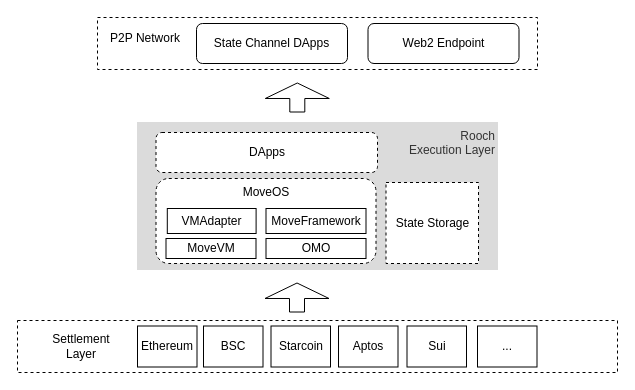
The draw.io diagram page "overview" (1 of 10) of static/diagram/rooch.drawio in rooch-network/rooch-network.github.io, before the edit. Source tidied: cells renumbered, new cells numbered last; positions are measured from the earlier drawing's top-left corner, leaving out a move shared by most shapes. Both pictures are drawn from the tidied source at 100%, with x=0, y=0 at pixel (17, 17).
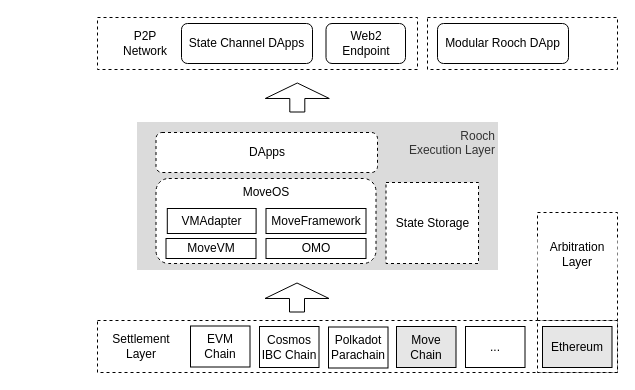
The same page after the edit.

What changed in the source:
```diff
@@
+    <mxCell id="32" style="rounded=0;whiteSpace=wrap;html=1;dashed=1;" parent="1" vertex="1">
+      <mxGeometry x="520" y="195" width="80" height="160" as="geometry" />
+    </mxCell>
     <mxCell id="2" style="rounded=0;whiteSpace=wrap;html=1;dashed=1;" parent="1" vertex="1">
-      <mxGeometry x="80" width="440" height="52" as="geometry" />
+      <mxGeometry x="80" width="320" height="52" as="geometry" />
     </mxCell>
-    <mxCell id="3" value="P2P Network" style="rounded=0;whiteSpace=wrap;html=1;strokeColor=none;" parent="1" vertex="1">
-      <mxGeometry x="88" y="6" width="80" height="30" as="geometry" />
+    <mxCell id="3" value="P2P &lt;br&gt;Network" style="rounded=0;whiteSpace=wrap;html=1;strokeColor=none;" parent="1" vertex="1">
+      <mxGeometry x="88" y="11" width="80" height="30" as="geometry" />
     </mxCell>
@@
     <mxCell id="6" value="State Channel DApps" style="rounded=1;whiteSpace=wrap;html=1;strokeColor=default;" parent="1" vertex="1">
-      <mxGeometry x="179" y="6" width="151" height="40" as="geometry" />
+      <mxGeometry x="164" y="6" width="131" height="40" as="geometry" />
     </mxCell>
     <mxCell id="7" value="Web2 Endpoint" style="rounded=1;whiteSpace=wrap;html=1;strokeColor=default;" parent="1" vertex="1">
-      <mxGeometry x="350.5" y="6" width="151" height="40" as="geometry" />
+      <mxGeometry x="308.5" y="6" width="79.5" height="40" as="geometry" />
     </mxCell>
-    <mxCell id="8" style="group;fillColor=default;" parent="1" vertex="1">
-      <mxGeometry y="303" width="600" height="52" as="geometry" />
-    </mxCell>
-    <mxCell id="9" style="rounded=0;whiteSpace=wrap;html=1;dashed=1;" parent="8" vertex="1">
-      <mxGeometry width="600" height="52" as="geometry" />
-    </mxCell>
-    <mxCell id="10" style="group;verticalAlign=middle;" parent="8" vertex="1">
-      <mxGeometry x="120" y="5.5" width="59.5" height="41" as="geometry" />
-    </mxCell>
-    <mxCell id="11" value="&lt;span&gt;Ethereum&lt;/span&gt;" style="rounded=0;whiteSpace=wrap;html=1;verticalAlign=middle;align=center;" parent="10" vertex="1">
-      <mxGeometry width="59.5" height="41" as="geometry" />
-    </mxCell>
-    <mxCell id="12" style="group;verticalAlign=middle;" parent="8" vertex="1">
-      <mxGeometry x="186" y="5.5" width="59.5" height="41" as="geometry" />
-    </mxCell>
-    <mxCell id="13" value="BSC" style="rounded=0;whiteSpace=wrap;html=1;verticalAlign=middle;align=center;" parent="12" vertex="1">
-      <mxGeometry width="59.5" height="41" as="geometry" />
-    </mxCell>
-    <mxCell id="14" style="group;verticalAlign=middle;" parent="8" vertex="1">
-      <mxGeometry x="253.5" y="5.5" width="59.5" height="41" as="geometry" />
-    </mxCell>
-    <mxCell id="15" value="Starcoin" style="rounded=0;whiteSpace=wrap;html=1;verticalAlign=middle;align=center;" parent="14" vertex="1">
-      <mxGeometry width="59.5" height="41" as="geometry" />
-    </mxCell>
-    <mxCell id="16" style="group;verticalAlign=middle;" parent="8" vertex="1">
-      <mxGeometry x="321" y="5.5" width="59.5" height="41" as="geometry" />
-    </mxCell>
-    <mxCell id="17" value="Aptos" style="rounded=0;whiteSpace=wrap;html=1;verticalAlign=middle;align=center;" parent="16" vertex="1">
-      <mxGeometry width="59.5" height="41" as="geometry" />
-    </mxCell>
-    <mxCell id="18" style="group;verticalAlign=middle;" parent="8" vertex="1">
-      <mxGeometry x="389.5" y="5.5" width="59.5" height="41" as="geometry" />
-    </mxCell>
-    <mxCell id="19" value="Sui" style="rounded=0;whiteSpace=wrap;html=1;verticalAlign=middle;align=center;" parent="18" vertex="1">
-      <mxGeometry width="59.5" height="41" as="geometry" />
-    </mxCell>
-    <mxCell id="20" value="Settlement Layer" style="rounded=0;whiteSpace=wrap;html=1;strokeColor=none;" parent="8" vertex="1">
-      <mxGeometry x="23.5" y="11" width="80" height="30" as="geometry" />
-    </mxCell>
-    <mxCell id="21" style="group;verticalAlign=middle;" parent="8" vertex="1">
-      <mxGeometry x="460" y="5.5" width="59.5" height="41" as="geometry" />
-    </mxCell>
-    <mxCell id="22" value="..." style="rounded=0;whiteSpace=wrap;html=1;verticalAlign=middle;align=center;" parent="21" vertex="1">
-      <mxGeometry width="59.5" height="41" as="geometry" />
-    </mxCell>
@@
+    <mxCell id="33" style="rounded=0;whiteSpace=wrap;html=1;dashed=1;" parent="1" vertex="1">
+      <mxGeometry x="410" width="190" height="52" as="geometry" />
+    </mxCell>
+    <mxCell id="34" value="Modular Rooch DApp" style="rounded=1;whiteSpace=wrap;html=1;strokeColor=default;" parent="1" vertex="1">
+      <mxGeometry x="420" y="6" width="131" height="40" as="geometry" />
+    </mxCell>
+    <mxCell id="9" style="rounded=0;whiteSpace=wrap;html=1;dashed=1;" parent="1" vertex="1">
+      <mxGeometry x="80" y="303" width="520" height="52" as="geometry" />
+    </mxCell>
+    <mxCell id="20" value="Settlement Layer" style="rounded=0;whiteSpace=wrap;html=1;strokeColor=none;" parent="1" vertex="1">
+      <mxGeometry x="83.5" y="314" width="80" height="30" as="geometry" />
+    </mxCell>
+    <mxCell id="35" value="Arbitration&lt;br&gt;Layer" style="rounded=0;whiteSpace=wrap;html=1;strokeColor=none;" parent="1" vertex="1">
+      <mxGeometry x="520" y="222" width="80" height="30" as="geometry" />
+    </mxCell>
+    <mxCell id="36" style="group;verticalAlign=middle;fillColor=default;" parent="1" vertex="1">
+      <mxGeometry x="173" y="308.5" width="59.5" height="41" as="geometry" />
+    </mxCell>
+    <mxCell id="37" value="EVM Chain" style="rounded=0;whiteSpace=wrap;html=1;verticalAlign=middle;align=center;" parent="36" vertex="1">
+      <mxGeometry width="59.5" height="41" as="geometry" />
+    </mxCell>
+    <mxCell id="38" value="Move Chain" style="rounded=0;whiteSpace=wrap;html=1;verticalAlign=middle;align=center;fillColor=#E6E6E6;" parent="1" vertex="1">
+      <mxGeometry x="379" y="309" width="59.5" height="41" as="geometry" />
+    </mxCell>
+    <mxCell id="39" style="group;verticalAlign=middle;fillColor=default;" parent="1" vertex="1">
+      <mxGeometry x="242" y="309" width="59.5" height="41" as="geometry" />
+    </mxCell>
+    <mxCell id="40" value="Cosmos IBC Chain" style="rounded=0;whiteSpace=wrap;html=1;verticalAlign=middle;align=center;" parent="39" vertex="1">
+      <mxGeometry width="59.5" height="41" as="geometry" />
+    </mxCell>
+    <mxCell id="41" style="group;verticalAlign=middle;fillColor=default;" parent="1" vertex="1">
+      <mxGeometry x="311" y="309.5" width="59.5" height="41" as="geometry" />
+    </mxCell>
+    <mxCell id="42" value="Polkadot Parachain" style="rounded=0;whiteSpace=wrap;html=1;verticalAlign=middle;align=center;" parent="41" vertex="1">
+      <mxGeometry width="59.5" height="41" as="geometry" />
+    </mxCell>
+    <mxCell id="43" style="rounded=0;whiteSpace=wrap;html=1;dashed=1;" parent="1" vertex="1">
+      <mxGeometry x="520" y="303" width="80" height="52" as="geometry" />
+    </mxCell>
+    <mxCell id="11" value="&lt;span&gt;Ethereum&lt;/span&gt;" style="rounded=0;whiteSpace=wrap;html=1;verticalAlign=middle;align=center;fillColor=#E6E6E6;" parent="1" vertex="1">
+      <mxGeometry x="525" y="309" width="69.5" height="41" as="geometry" />
+    </mxCell>
+    <mxCell id="44" style="group;verticalAlign=middle;fillColor=default;" parent="1" vertex="1">
+      <mxGeometry x="448" y="309" width="59.5" height="41" as="geometry" />
+    </mxCell>
+    <mxCell id="22" value="..." style="rounded=0;whiteSpace=wrap;html=1;verticalAlign=middle;align=center;" parent="44" vertex="1">
+      <mxGeometry width="59.5" height="41" as="geometry" />
+    </mxCell>
```
